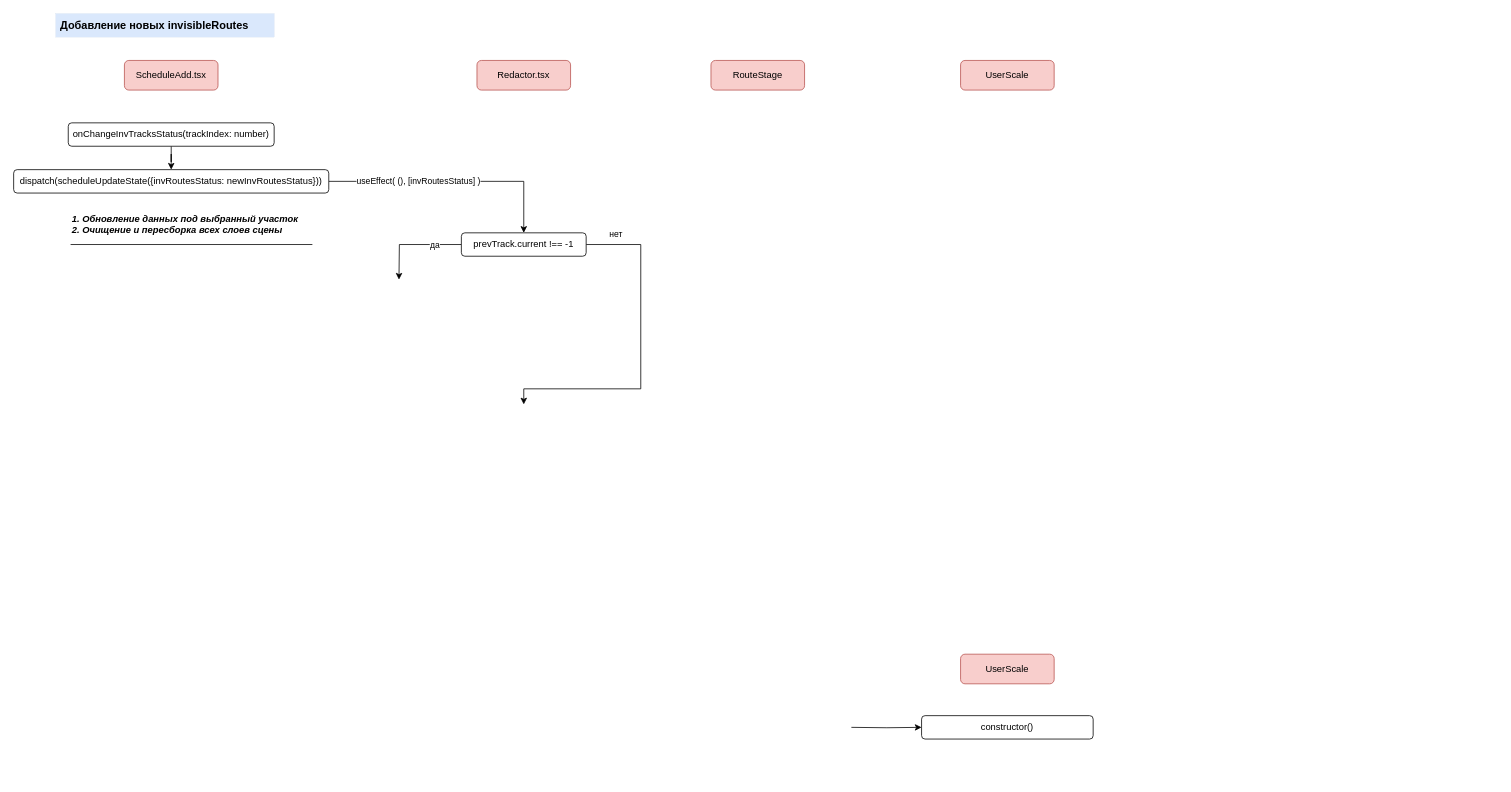
Above: page "invRoutes" (6 of 6) of График движения.drawio in orlov-oleg-developer/asuter-UML (draw.io), before the change. Source tidied: cells renumbered, new cells numbered last; positions are measured from the earlier drawing's top-left corner, leaving out a move shared by most shapes. Both pictures are drawn from the tidied source at 78%, with x=0, y=0 at pixel (13, 13).
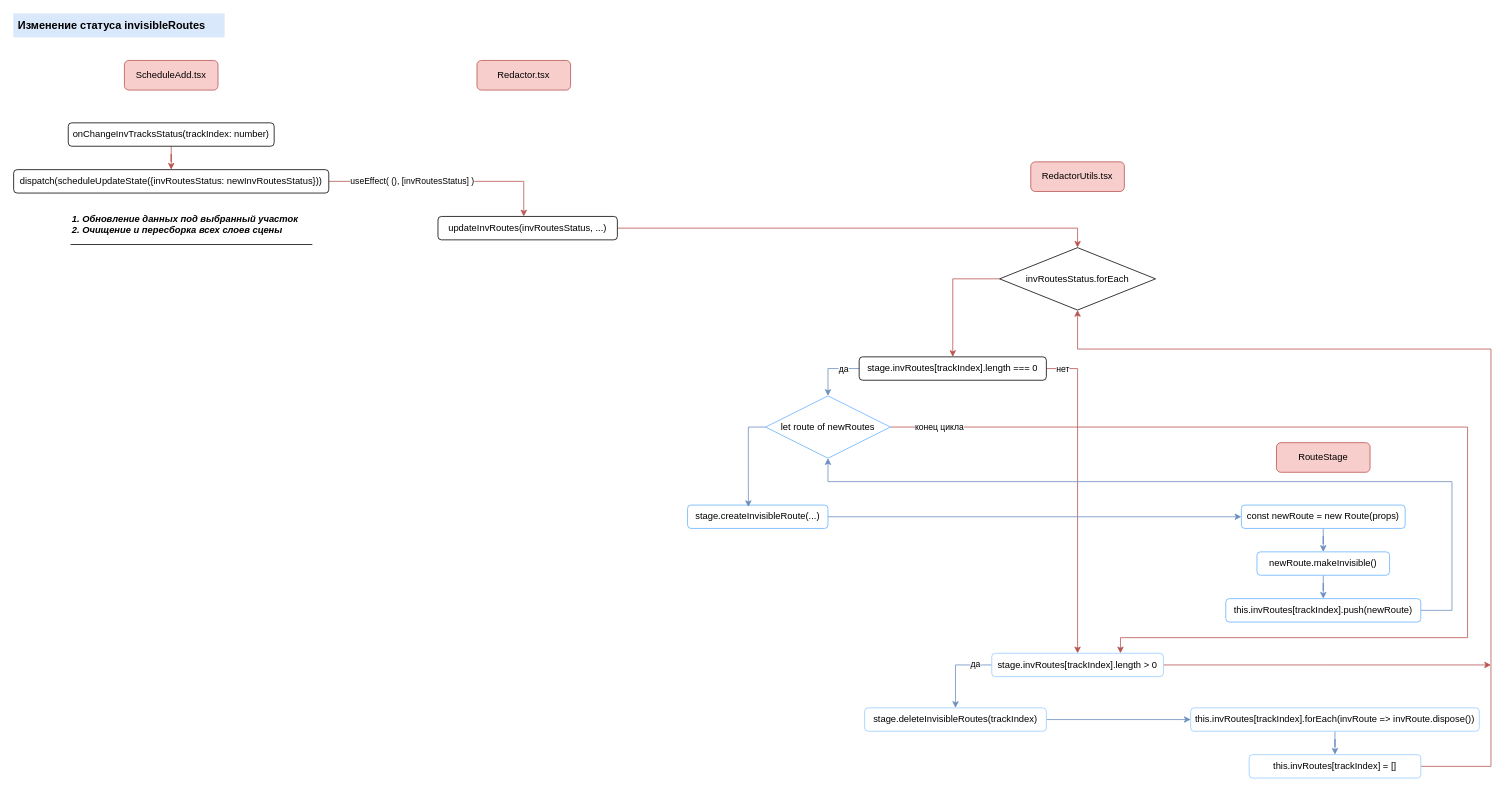
Above is the later version.

Unchanged cells that the change refers to:
```xml
<mxCell id="5" value="onChangeInvTracksStatus(trackIndex: number)" style="rounded=1;whiteSpace=wrap;html=1;" parent="1" vertex="1">
  <mxGeometry x="70" y="140" width="264" height="30" as="geometry" />
</mxCell>
<mxCell id="11" value="dispatch(scheduleUpdateState({invRoutesStatus: newInvRoutesStatus}))" style="rounded=1;whiteSpace=wrap;html=1;" parent="1" vertex="1">
  <mxGeometry y="200" width="404" height="30" as="geometry" />
</mxCell>
```

What changed in the source:
```diff
@@
-    <mxCell id="2" value="&lt;b&gt;&lt;font style=&quot;font-size: 14px;&quot;&gt;&amp;nbsp;Добавление новых invisibleRoutes&lt;/font&gt;&lt;/b&gt;" style="text;html=1;align=left;verticalAlign=middle;strokeColor=#6c8ebf;fillColor=#dae8fc;strokeWidth=0;fontSize=10;" parent="1" vertex="1">
-      <mxGeometry x="54" width="280" height="30" as="geometry" />
+    <mxCell id="2" value="&lt;b&gt;&lt;font style=&quot;font-size: 14px;&quot;&gt;&amp;nbsp;Изменение статуса invisibleRoutes&lt;/font&gt;&lt;/b&gt;" style="text;html=1;align=left;verticalAlign=middle;strokeColor=#6c8ebf;fillColor=#dae8fc;strokeWidth=0;fontSize=10;" parent="1" vertex="1">
+      <mxGeometry width="270" height="30" as="geometry" />
     </mxCell>
@@
-    <mxCell id="4" style="edgeStyle=orthogonalEdgeStyle;rounded=0;jettySize=auto;html=1;entryX=0.5;entryY=0;entryDx=0;entryDy=0;" parent="1" edge="1" source="5" target="11">
+    <mxCell id="4" style="edgeStyle=orthogonalEdgeStyle;rounded=0;jettySize=auto;html=1;entryX=0.5;entryY=0;entryDx=0;entryDy=0;fillColor=#f8cecc;strokeColor=#b85450;" parent="1" edge="1" source="5" target="11">
       <mxGeometry relative="1" as="geometry" />
     </mxCell>
@@
     <mxCell id="7" value="RouteStage" style="rounded=1;whiteSpace=wrap;html=1;glass=0;fillColor=#f8cecc;strokeColor=#b85450;" parent="1" vertex="1">
-      <mxGeometry x="894" y="60" width="120" height="38" as="geometry" />
+      <mxGeometry x="1619" y="550" width="120" height="38" as="geometry" />
     </mxCell>
@@
-    <mxCell id="9" style="edgeStyle=orthogonalEdgeStyle;rounded=0;jettySize=auto;html=1;entryX=0.5;entryY=0;entryDx=0;entryDy=0;" parent="1" edge="1" source="11" target="16">
+    <mxCell id="9" style="edgeStyle=orthogonalEdgeStyle;rounded=0;jettySize=auto;html=1;fillColor=#f8cecc;strokeColor=#b85450;" parent="1" edge="1" source="11" target="25">
       <mxGeometry relative="1" as="geometry">
         <Array as="points">
           <mxPoint x="654" y="215" />
         </Array>
       </mxGeometry>
     </mxCell>
@@
-    <mxCell id="12" style="edgeStyle=orthogonalEdgeStyle;rounded=0;jettySize=auto;html=1;" parent="1" edge="1" source="16">
-      <mxGeometry relative="1" as="geometry">
-        <mxPoint x="494" y="341" as="targetPoint" />
-      </mxGeometry>
+    <mxCell id="12" style="edgeStyle=orthogonalEdgeStyle;rounded=0;jettySize=auto;html=1;entryX=0.5;entryY=0;entryDx=0;entryDy=0;exitX=0;exitY=0.5;exitDx=0;exitDy=0;fillColor=#dae8fc;strokeColor=#6c8ebf;" parent="1" edge="1" source="16" target="31">
+      <mxGeometry relative="1" as="geometry" />
     </mxCell>
@@
-    <mxCell id="14" style="edgeStyle=orthogonalEdgeStyle;rounded=0;jettySize=auto;html=1;entryX=0.5;entryY=0;entryDx=0;entryDy=0;" parent="1" edge="1" source="16">
-      <mxGeometry relative="1" as="geometry">
-        <mxPoint x="654" y="501" as="targetPoint" />
-        <Array as="points">
-          <mxPoint x="804" y="296" />
-          <mxPoint x="804" y="481" />
-          <mxPoint x="654" y="481" />
-        </Array>
-      </mxGeometry>
-    </mxCell>
+    <mxCell id="23" style="edgeStyle=orthogonalEdgeStyle;rounded=0;jettySize=auto;html=1;entryX=0.5;entryY=0;entryDx=0;entryDy=0;fillColor=#f8cecc;strokeColor=#b85450;" parent="1" edge="1" source="16" target="46">
+      <mxGeometry relative="1" as="geometry">
+        <Array as="points">
+          <mxPoint x="1364" y="455" />
+        </Array>
+      </mxGeometry>
+    </mxCell>
-    <mxCell id="15" value="нет" style="edgeLabel;html=1;align=center;verticalAlign=middle;" parent="14" vertex="1">
-      <mxGeometry x="-0.75" y="-2" relative="1" as="geometry">
-        <mxPoint x="-16" y="-16" as="offset" />
+    <mxCell id="15" value="нет" style="edgeLabel;html=1;align=center;verticalAlign=middle;" parent="23" vertex="1">
+      <mxGeometry x="-0.92" y="-2" relative="1" as="geometry">
+        <mxPoint x="4" y="-2" as="offset" />
       </mxGeometry>
     </mxCell>
-    <mxCell id="16" value="prevTrack.current !== -1" style="rounded=1;whiteSpace=wrap;html=1;" parent="1" vertex="1">
-      <mxGeometry x="574" y="281" width="160" height="30" as="geometry" />
+    <mxCell id="16" value="stage.invRoutes[trackIndex].length === 0" style="rounded=1;whiteSpace=wrap;html=1;" parent="1" vertex="1">
+      <mxGeometry x="1084" y="440" width="240" height="30" as="geometry" />
     </mxCell>
-    <mxCell id="17" style="edgeStyle=orthogonalEdgeStyle;rounded=0;jettySize=auto;html=1;entryX=0;entryY=0.5;entryDx=0;entryDy=0;" parent="1" edge="1" target="19">
-      <mxGeometry relative="1" as="geometry">
-        <mxPoint x="1074" y="915" as="sourcePoint" />
-      </mxGeometry>
-    </mxCell>
-    <mxCell id="18" value="UserScale" style="rounded=1;whiteSpace=wrap;html=1;glass=0;fillColor=#f8cecc;strokeColor=#b85450;" parent="1" vertex="1">
-      <mxGeometry x="1214" y="60" width="120" height="38" as="geometry" />
-    </mxCell>
-    <mxCell id="19" value="constructor()" style="rounded=1;whiteSpace=wrap;html=1;" parent="1" vertex="1">
-      <mxGeometry x="1164" y="900" width="220" height="30" as="geometry" />
-    </mxCell>
@@
-    <mxCell id="22" value="UserScale" style="rounded=1;whiteSpace=wrap;html=1;glass=0;fillColor=#f8cecc;strokeColor=#b85450;" parent="1" vertex="1">
-      <mxGeometry x="1214" y="821.2" width="120" height="38" as="geometry" />
-    </mxCell>
+    <mxCell id="24" style="edgeStyle=orthogonalEdgeStyle;rounded=0;jettySize=auto;html=1;entryX=0.5;entryY=0;entryDx=0;entryDy=0;fillColor=#f8cecc;strokeColor=#b85450;" parent="1" edge="1" source="25" target="28">
+      <mxGeometry relative="1" as="geometry" />
+    </mxCell>
+    <mxCell id="25" value="updateInvRoutes(invRoutesStatus, ...)" style="rounded=1;whiteSpace=wrap;html=1;" parent="1" vertex="1">
+      <mxGeometry x="544" y="260" width="230" height="30" as="geometry" />
+    </mxCell>
+    <mxCell id="26" value="RedactorUtils.tsx" style="rounded=1;whiteSpace=wrap;html=1;glass=0;fillColor=#f8cecc;strokeColor=#b85450;" parent="1" vertex="1">
+      <mxGeometry x="1304" y="190" width="120" height="38" as="geometry" />
+    </mxCell>
+    <mxCell id="27" style="edgeStyle=orthogonalEdgeStyle;rounded=0;jettySize=auto;html=1;entryX=0.5;entryY=0;entryDx=0;entryDy=0;exitX=0;exitY=0.5;exitDx=0;exitDy=0;fillColor=#f8cecc;strokeColor=#b85450;" parent="1" edge="1" source="28" target="16">
+      <mxGeometry relative="1" as="geometry" />
+    </mxCell>
+    <mxCell id="28" value="invRoutesStatus.forEach" style="rhombus;whiteSpace=wrap;html=1;" parent="1" vertex="1">
+      <mxGeometry x="1264" y="300" width="200" height="80" as="geometry" />
+    </mxCell>
+    <mxCell id="29" style="edgeStyle=orthogonalEdgeStyle;rounded=0;jettySize=auto;html=1;entryX=0.75;entryY=0;entryDx=0;entryDy=0;fillColor=#f8cecc;strokeColor=#b85450;" parent="1" edge="1" source="31" target="46">
+      <mxGeometry relative="1" as="geometry">
+        <Array as="points">
+          <mxPoint x="1864" y="530" />
+          <mxPoint x="1864" y="800" />
+          <mxPoint x="1419" y="800" />
+        </Array>
+      </mxGeometry>
+    </mxCell>
+    <mxCell id="30" value="конец цикла" style="edgeLabel;html=1;align=left;verticalAlign=middle;" parent="29" vertex="1">
+      <mxGeometry x="-0.96" y="1" relative="1" as="geometry" />
+    </mxCell>
+    <mxCell id="31" value="let route of newRoutes" style="rhombus;whiteSpace=wrap;html=1;strokeColor=#66B2FF;" parent="1" vertex="1">
+      <mxGeometry x="964" y="490" width="160" height="80" as="geometry" />
+    </mxCell>
+    <mxCell id="32" style="edgeStyle=orthogonalEdgeStyle;rounded=0;jettySize=auto;html=1;fillColor=#dae8fc;strokeColor=#6c8ebf;" parent="1" edge="1" source="33" target="36">
+      <mxGeometry relative="1" as="geometry" />
+    </mxCell>
+    <mxCell id="33" value="stage.createInvisibleRoute(...)" style="rounded=1;whiteSpace=wrap;html=1;strokeColor=#66B2FF;" parent="1" vertex="1">
+      <mxGeometry x="864" y="630" width="180" height="30" as="geometry" />
+    </mxCell>
+    <mxCell id="34" style="edgeStyle=orthogonalEdgeStyle;rounded=0;jettySize=auto;html=1;entryX=0.433;entryY=0.083;entryDx=0;entryDy=0;entryPerimeter=0;exitX=0;exitY=0.5;exitDx=0;exitDy=0;fillColor=#dae8fc;strokeColor=#6c8ebf;" parent="1" edge="1" source="31" target="33">
+      <mxGeometry relative="1" as="geometry" />
+    </mxCell>
+    <mxCell id="35" style="edgeStyle=orthogonalEdgeStyle;rounded=0;jettySize=auto;html=1;entryX=0.5;entryY=0;entryDx=0;entryDy=0;fillColor=#dae8fc;strokeColor=#6c8ebf;" parent="1" edge="1" source="36" target="39">
+      <mxGeometry relative="1" as="geometry" />
+    </mxCell>
+    <mxCell id="36" value="const newRoute = new Route(props)" style="rounded=1;whiteSpace=wrap;html=1;strokeColor=#66B2FF;" parent="1" vertex="1">
+      <mxGeometry x="1574" y="630" width="210" height="30" as="geometry" />
+    </mxCell>
+    <mxCell id="37" style="edgeStyle=orthogonalEdgeStyle;rounded=0;jettySize=auto;html=1;entryX=0.5;entryY=1;entryDx=0;entryDy=0;exitX=1;exitY=0.5;exitDx=0;exitDy=0;fillColor=#dae8fc;strokeColor=#6c8ebf;" parent="1" edge="1" source="40" target="31">
+      <mxGeometry relative="1" as="geometry">
+        <Array as="points">
+          <mxPoint x="1844" y="765" />
+          <mxPoint x="1844" y="600" />
+          <mxPoint x="1044" y="600" />
+        </Array>
+      </mxGeometry>
+    </mxCell>
+    <mxCell id="38" style="edgeStyle=orthogonalEdgeStyle;rounded=0;jettySize=auto;html=1;fillColor=#dae8fc;strokeColor=#6c8ebf;" parent="1" edge="1" source="39" target="40">
+      <mxGeometry relative="1" as="geometry" />
+    </mxCell>
+    <mxCell id="39" value="newRoute.makeInvisible()" style="rounded=1;whiteSpace=wrap;html=1;strokeColor=#66B2FF;" parent="1" vertex="1">
+      <mxGeometry x="1594" y="690" width="170" height="30" as="geometry" />
+    </mxCell>
+    <mxCell id="40" value="this.invRoutes[trackIndex].push(newRoute)" style="rounded=1;whiteSpace=wrap;html=1;strokeColor=#66B2FF;" parent="1" vertex="1">
+      <mxGeometry x="1554" y="750" width="250" height="30" as="geometry" />
+    </mxCell>
+    <mxCell id="41" style="edgeStyle=orthogonalEdgeStyle;rounded=0;jettySize=auto;html=1;entryX=0;entryY=0.5;entryDx=0;entryDy=0;fillColor=#dae8fc;strokeColor=#6c8ebf;" parent="1" edge="1" source="42" target="48">
+      <mxGeometry relative="1" as="geometry" />
+    </mxCell>
+    <mxCell id="42" value="stage.deleteInvisibleRoutes(trackIndex)" style="rounded=1;whiteSpace=wrap;html=1;strokeColor=#99CCFF;" parent="1" vertex="1">
+      <mxGeometry x="1091" y="890" width="233" height="30" as="geometry" />
+    </mxCell>
+    <mxCell id="43" style="edgeStyle=orthogonalEdgeStyle;rounded=0;jettySize=auto;html=1;entryX=0.5;entryY=0;entryDx=0;entryDy=0;exitX=0;exitY=0.5;exitDx=0;exitDy=0;fillColor=#dae8fc;strokeColor=#6c8ebf;" parent="1" edge="1" source="46" target="42">
+      <mxGeometry relative="1" as="geometry" />
+    </mxCell>
+    <mxCell id="44" value="да" style="edgeLabel;html=1;align=center;verticalAlign=middle;" parent="43" vertex="1">
+      <mxGeometry x="-0.57" y="-2" relative="1" as="geometry" />
+    </mxCell>
+    <mxCell id="45" style="edgeStyle=orthogonalEdgeStyle;rounded=0;jettySize=auto;html=1;fillColor=#f8cecc;strokeColor=#b85450;exitX=1;exitY=0.5;exitDx=0;exitDy=0;" parent="1" edge="1" source="46">
+      <mxGeometry relative="1" as="geometry">
+        <mxPoint x="1894" y="835" as="targetPoint" />
+      </mxGeometry>
+    </mxCell>
+    <mxCell id="46" value="stage.invRoutes[trackIndex].length &amp;gt; 0" style="rounded=1;whiteSpace=wrap;html=1;strokeColor=#99CCFF;" parent="1" vertex="1">
+      <mxGeometry x="1254" y="820" width="220" height="30" as="geometry" />
+    </mxCell>
+    <mxCell id="47" style="edgeStyle=orthogonalEdgeStyle;rounded=0;jettySize=auto;html=1;entryX=0.5;entryY=0;entryDx=0;entryDy=0;fillColor=#dae8fc;strokeColor=#6c8ebf;" parent="1" edge="1" source="48" target="50">
+      <mxGeometry relative="1" as="geometry" />
+    </mxCell>
+    <mxCell id="48" value="this.invRoutes[trackIndex].forEach(invRoute =&amp;gt; invRoute.dispose())" style="rounded=1;whiteSpace=wrap;html=1;strokeColor=#99CCFF;" parent="1" vertex="1">
+      <mxGeometry x="1509" y="890" width="370" height="30" as="geometry" />
+    </mxCell>
+    <mxCell id="49" style="edgeStyle=orthogonalEdgeStyle;rounded=0;jettySize=auto;html=1;entryX=0.5;entryY=1;entryDx=0;entryDy=0;fillColor=#f8cecc;strokeColor=#b85450;" parent="1" edge="1" source="50" target="28">
+      <mxGeometry relative="1" as="geometry">
+        <Array as="points">
+          <mxPoint x="1894" y="965" />
+          <mxPoint x="1894" y="430" />
+          <mxPoint x="1364" y="430" />
+        </Array>
+      </mxGeometry>
+    </mxCell>
+    <mxCell id="50" value="this.invRoutes[trackIndex] = []" style="rounded=1;whiteSpace=wrap;html=1;strokeColor=#99CCFF;" parent="1" vertex="1">
+      <mxGeometry x="1584" y="950" width="220" height="30" as="geometry" />
+    </mxCell>
```
